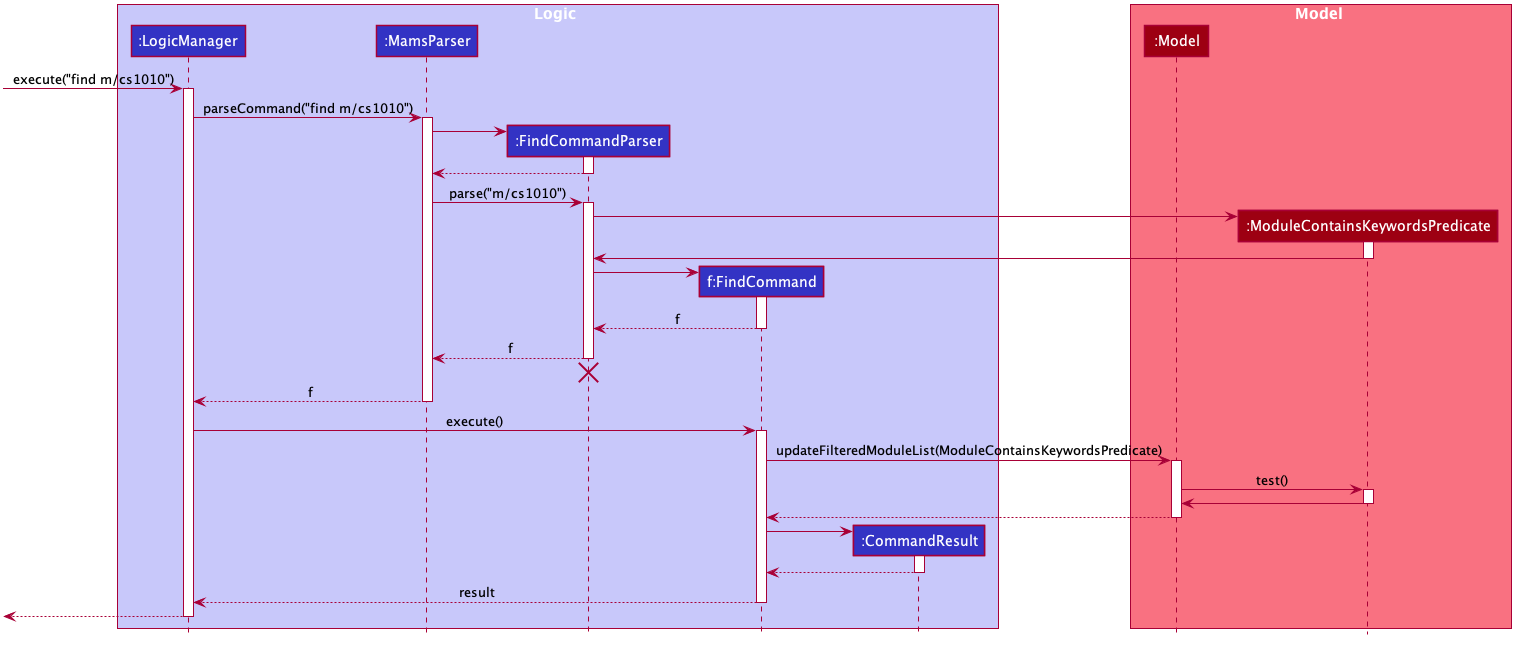
Earlier version of the PlantUML export docs/images/FindSequenceDiagram.png (nus-cs2103-AY1920S1/addressbook-level3).
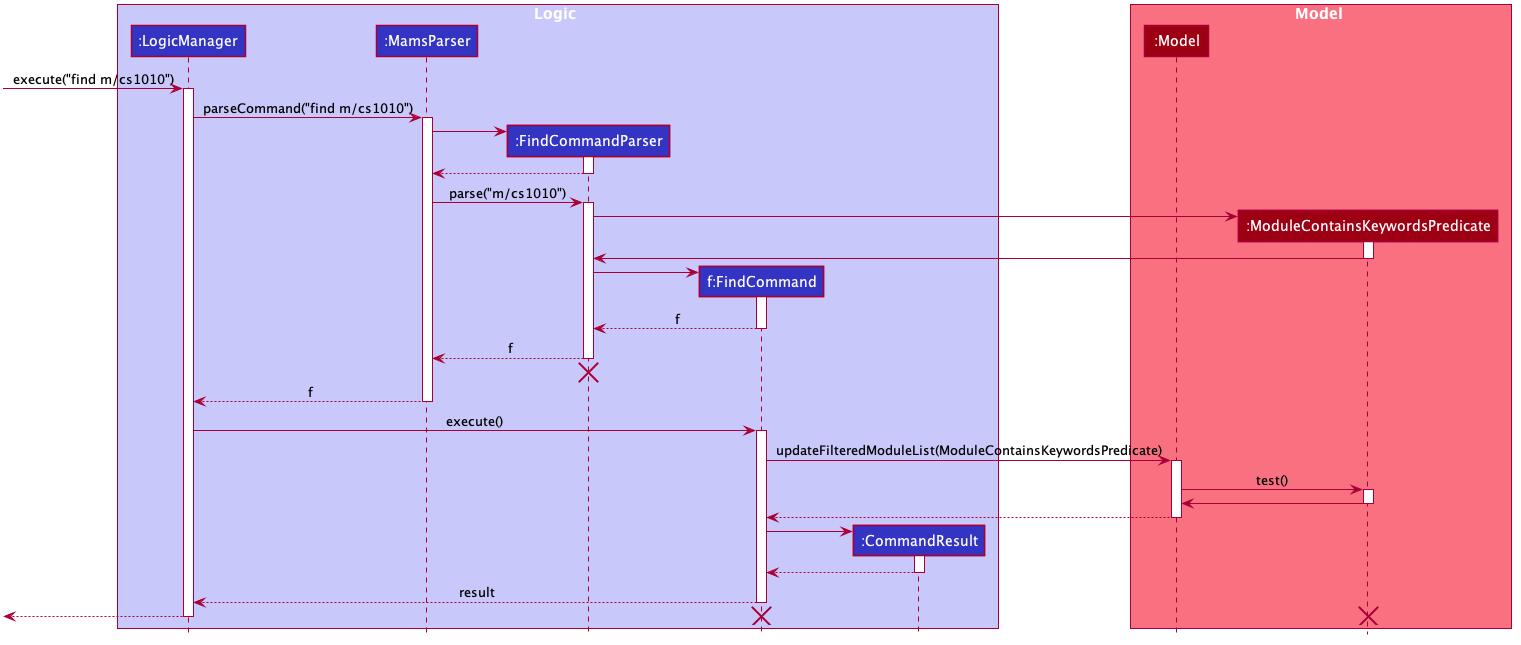
The same file after the commit.

What changed in the source:
```diff
@@ -126,4 +126,8 @@
 
 [<--LogicManager
 deactivate LogicManager
+
+destroy FindCommand
+destroy ModuleContainsKeywordsPredicate
+
 @enduml
```
